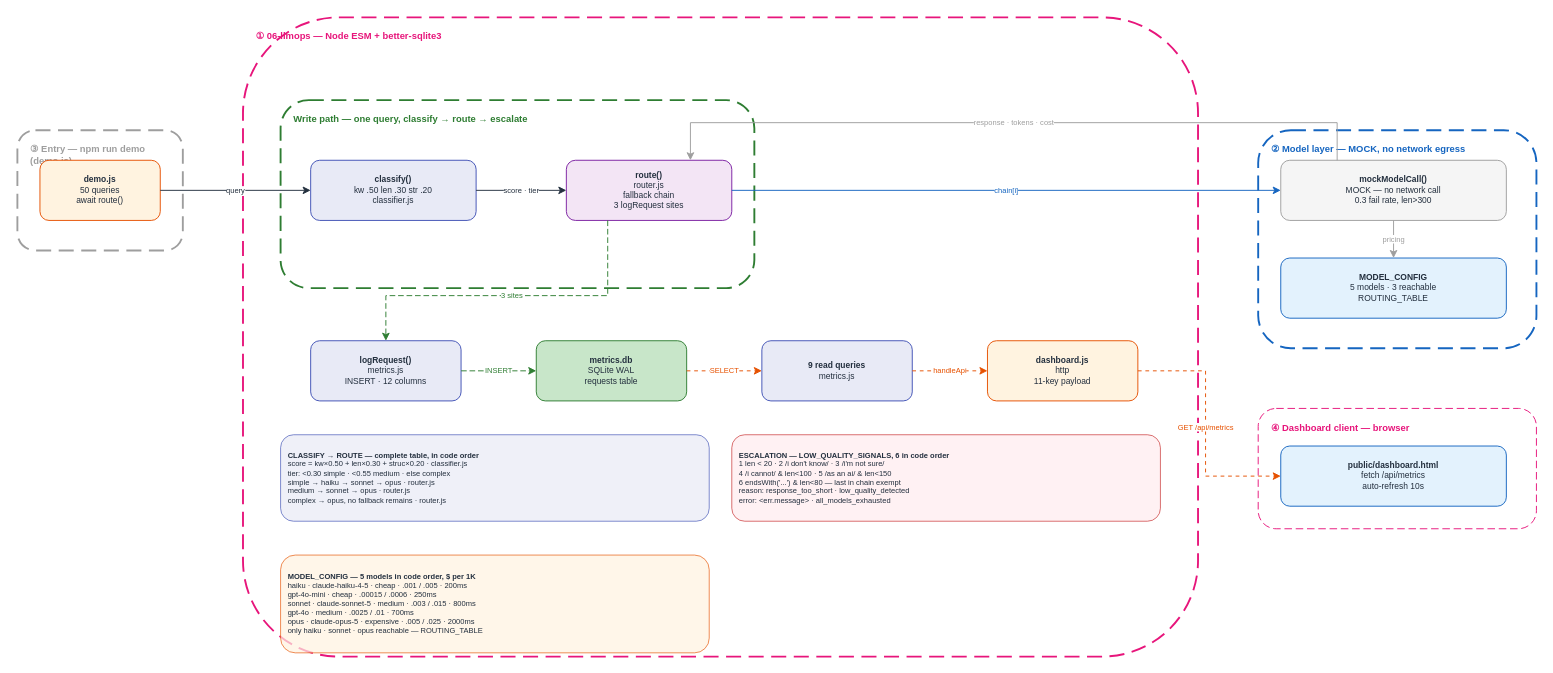
This is docs/diagrams/llmops_v1/HOA_LlmOps_v1.drawio from gmaheshraju/Hands-on-AgenticAI, a draw.io file, before an edit. Source tidied: cells renumbered, new cells numbered last; positions are measured from the earlier drawing's top-left corner, leaving out a move shared by most shapes. Both pictures are drawn from the tidied source at 94%, with x=0, y=0 at pixel (17, 17).
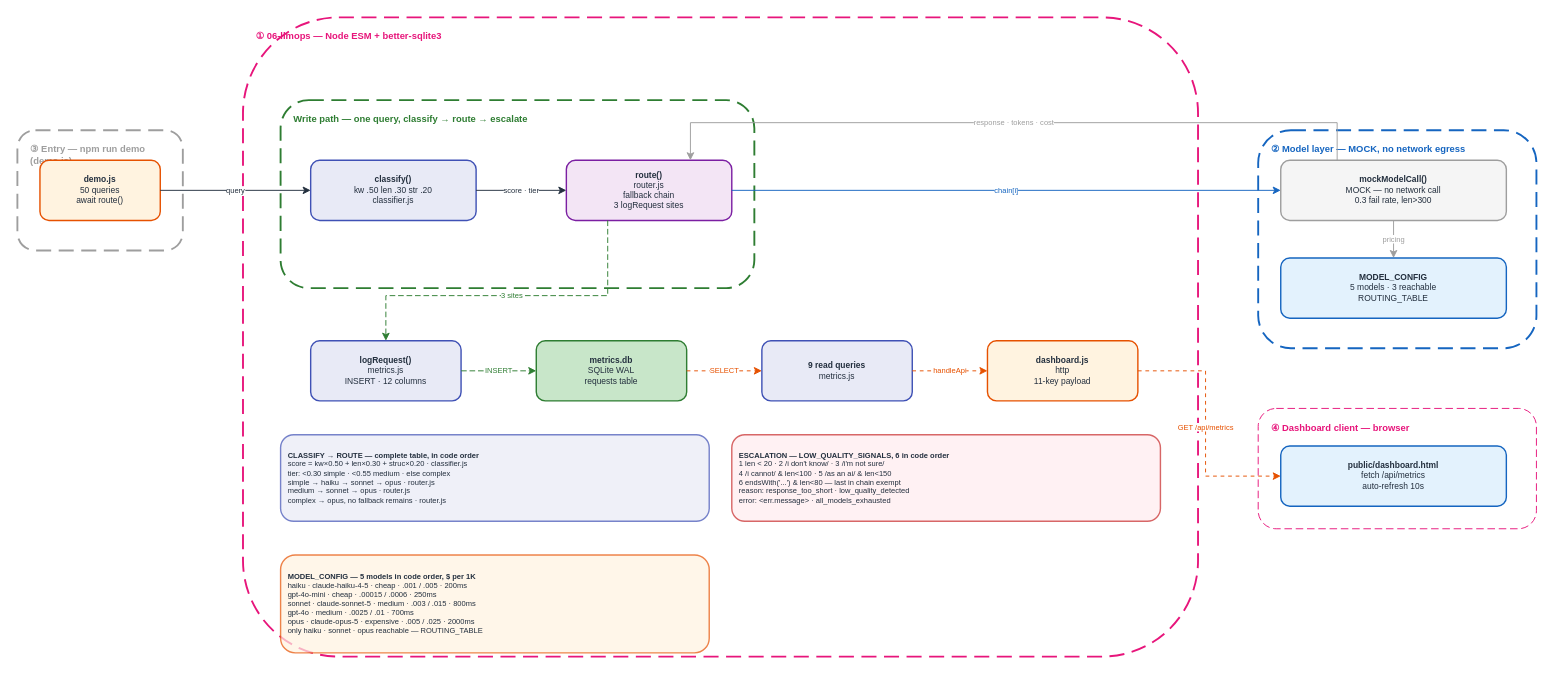
The same diagram, later.

The edit, as a diff of the source:
```diff
@@
-    <mxCell id="12" value="&lt;b&gt;demo.js&lt;/b&gt;&lt;br&gt;50 queries&lt;br&gt;await route()" style="rounded=1;fillColor=#FFF3E0;strokeColor=#E65100;fontSize=9;fontColor=#232F3E;html=1;whiteSpace=wrap;align=center;" parent="1" vertex="1">
+    <mxCell id="12" value="&lt;b&gt;demo.js&lt;/b&gt;&lt;br&gt;50 queries&lt;br&gt;await route()" style="rounded=1;fillColor=#FFF3E0;strokeColor=#E65100;strokeWidth=1.5;fontSize=9;fontColor=#232F3E;html=1;whiteSpace=wrap;align=center;" parent="1" vertex="1">
       <mxGeometry x="24" y="152" width="128" height="64" as="geometry" />
     </mxCell>
-    <mxCell id="13" value="&lt;b&gt;classify()&lt;/b&gt;&lt;br&gt;kw .50 len .30 str .20&lt;br&gt;classifier.js" style="rounded=1;fillColor=#E8EAF6;strokeColor=#3F51B5;fontSize=9;fontColor=#232F3E;html=1;whiteSpace=wrap;align=center;" parent="1" vertex="1">
+    <mxCell id="13" value="&lt;b&gt;classify()&lt;/b&gt;&lt;br&gt;kw .50 len .30 str .20&lt;br&gt;classifier.js" style="rounded=1;fillColor=#E8EAF6;strokeColor=#3F51B5;strokeWidth=1.5;fontSize=9;fontColor=#232F3E;html=1;whiteSpace=wrap;align=center;" parent="1" vertex="1">
       <mxGeometry x="312" y="152" width="176" height="64" as="geometry" />
     </mxCell>
-    <mxCell id="14" value="&lt;b&gt;route()&lt;/b&gt;&lt;br&gt;router.js&lt;br&gt;fallback chain&lt;br&gt;3 logRequest sites" style="rounded=1;fillColor=#F3E5F5;strokeColor=#7B1FA2;fontSize=9;fontColor=#232F3E;html=1;whiteSpace=wrap;align=center;" parent="1" vertex="1">
+    <mxCell id="14" value="&lt;b&gt;route()&lt;/b&gt;&lt;br&gt;router.js&lt;br&gt;fallback chain&lt;br&gt;3 logRequest sites" style="rounded=1;fillColor=#F3E5F5;strokeColor=#7B1FA2;strokeWidth=1.5;fontSize=9;fontColor=#232F3E;html=1;whiteSpace=wrap;align=center;" parent="1" vertex="1">
       <mxGeometry x="584" y="152" width="176" height="64" as="geometry" />
     </mxCell>
-    <mxCell id="15" value="&lt;b&gt;mockModelCall()&lt;/b&gt;&lt;br&gt;MOCK — no network call&lt;br&gt;0.3 fail rate, len&amp;gt;300" style="rounded=1;fillColor=#F5F5F5;strokeColor=#9E9E9E;fontSize=9;fontColor=#232F3E;html=1;whiteSpace=wrap;align=center;" parent="1" vertex="1">
+    <mxCell id="15" value="&lt;b&gt;mockModelCall()&lt;/b&gt;&lt;br&gt;MOCK — no network call&lt;br&gt;0.3 fail rate, len&amp;gt;300" style="rounded=1;fillColor=#F5F5F5;strokeColor=#9E9E9E;strokeWidth=1.5;fontSize=9;fontColor=#232F3E;html=1;whiteSpace=wrap;align=center;" parent="1" vertex="1">
       <mxGeometry x="1344" y="152" width="240" height="64" as="geometry" />
     </mxCell>
-    <mxCell id="16" value="&lt;b&gt;MODEL_CONFIG&lt;/b&gt;&lt;br&gt;5 models · 3 reachable&lt;br&gt;ROUTING_TABLE" style="rounded=1;fillColor=#E3F2FD;strokeColor=#1565C0;fontSize=9;fontColor=#232F3E;html=1;whiteSpace=wrap;align=center;" parent="1" vertex="1">
+    <mxCell id="16" value="&lt;b&gt;MODEL_CONFIG&lt;/b&gt;&lt;br&gt;5 models · 3 reachable&lt;br&gt;ROUTING_TABLE" style="rounded=1;fillColor=#E3F2FD;strokeColor=#1565C0;strokeWidth=1.5;fontSize=9;fontColor=#232F3E;html=1;whiteSpace=wrap;align=center;" parent="1" vertex="1">
       <mxGeometry x="1344" y="256" width="240" height="64" as="geometry" />
     </mxCell>
-    <mxCell id="17" value="&lt;b&gt;logRequest()&lt;/b&gt;&lt;br&gt;metrics.js&lt;br&gt;INSERT · 12 columns" style="rounded=1;fillColor=#E8EAF6;strokeColor=#3F51B5;fontSize=9;fontColor=#232F3E;html=1;whiteSpace=wrap;align=center;" parent="1" vertex="1">
+    <mxCell id="17" value="&lt;b&gt;logRequest()&lt;/b&gt;&lt;br&gt;metrics.js&lt;br&gt;INSERT · 12 columns" style="rounded=1;fillColor=#E8EAF6;strokeColor=#3F51B5;strokeWidth=1.5;fontSize=9;fontColor=#232F3E;html=1;whiteSpace=wrap;align=center;" parent="1" vertex="1">
       <mxGeometry x="312" y="344" width="160" height="64" as="geometry" />
     </mxCell>
-    <mxCell id="18" value="&lt;b&gt;metrics.db&lt;/b&gt;&lt;br&gt;SQLite WAL&lt;br&gt;requests table" style="rounded=1;fillColor=#C8E6C9;strokeColor=#2E7D32;fontSize=9;fontColor=#232F3E;html=1;whiteSpace=wrap;align=center;" parent="1" vertex="1">
+    <mxCell id="18" value="&lt;b&gt;metrics.db&lt;/b&gt;&lt;br&gt;SQLite WAL&lt;br&gt;requests table" style="rounded=1;fillColor=#C8E6C9;strokeColor=#2E7D32;strokeWidth=1.5;fontSize=9;fontColor=#232F3E;html=1;whiteSpace=wrap;align=center;" parent="1" vertex="1">
       <mxGeometry x="552" y="344" width="160" height="64" as="geometry" />
     </mxCell>
-    <mxCell id="19" value="&lt;b&gt;9 read queries&lt;/b&gt;&lt;br&gt;metrics.js" style="rounded=1;fillColor=#E8EAF6;strokeColor=#3F51B5;fontSize=9;fontColor=#232F3E;html=1;whiteSpace=wrap;align=center;" parent="1" vertex="1">
+    <mxCell id="19" value="&lt;b&gt;9 read queries&lt;/b&gt;&lt;br&gt;metrics.js" style="rounded=1;fillColor=#E8EAF6;strokeColor=#3F51B5;strokeWidth=1.5;fontSize=9;fontColor=#232F3E;html=1;whiteSpace=wrap;align=center;" parent="1" vertex="1">
       <mxGeometry x="792" y="344" width="160" height="64" as="geometry" />
     </mxCell>
-    <mxCell id="20" value="&lt;b&gt;dashboard.js&lt;/b&gt;&lt;br&gt;http&lt;br&gt;11-key payload" style="rounded=1;fillColor=#FFF3E0;strokeColor=#E65100;fontSize=9;fontColor=#232F3E;html=1;whiteSpace=wrap;align=center;" parent="1" vertex="1">
+    <mxCell id="20" value="&lt;b&gt;dashboard.js&lt;/b&gt;&lt;br&gt;http&lt;br&gt;11-key payload" style="rounded=1;fillColor=#FFF3E0;strokeColor=#E65100;strokeWidth=1.5;fontSize=9;fontColor=#232F3E;html=1;whiteSpace=wrap;align=center;" parent="1" vertex="1">
       <mxGeometry x="1032" y="344" width="160" height="64" as="geometry" />
     </mxCell>
-    <mxCell id="21" value="&lt;b&gt;public/dashboard.html&lt;/b&gt;&lt;br&gt;fetch /api/metrics&lt;br&gt;auto-refresh 10s" style="rounded=1;fillColor=#E3F2FD;strokeColor=#1565C0;fontSize=9;fontColor=#232F3E;html=1;whiteSpace=wrap;align=center;" parent="1" vertex="1">
+    <mxCell id="21" value="&lt;b&gt;public/dashboard.html&lt;/b&gt;&lt;br&gt;fetch /api/metrics&lt;br&gt;auto-refresh 10s" style="rounded=1;fillColor=#E3F2FD;strokeColor=#1565C0;strokeWidth=1.5;fontSize=9;fontColor=#232F3E;html=1;whiteSpace=wrap;align=center;" parent="1" vertex="1">
       <mxGeometry x="1344" y="456" width="240" height="64" as="geometry" />
     </mxCell>
-    <mxCell id="22" value="&lt;b&gt;CLASSIFY → ROUTE — complete table, in code order&lt;/b&gt;&lt;br&gt;score = kw×0.50 + len×0.30 + struc×0.20 · classifier.js&lt;br&gt;tier: &amp;lt;0.30 simple · &amp;lt;0.55 medium · else complex&lt;br&gt;simple → haiku → sonnet → opus · router.js&lt;br&gt;medium → sonnet → opus · router.js&lt;br&gt;complex → opus, no fallback remains · router.js" style="rounded=1;fillColor=#E8EAF6;strokeColor=#3F51B5;fontSize=8;fontColor=#232F3E;html=1;whiteSpace=wrap;align=left;spacingLeft=6;opacity=70;" parent="1" vertex="1">
+    <mxCell id="22" value="&lt;b&gt;CLASSIFY → ROUTE — complete table, in code order&lt;/b&gt;&lt;br&gt;score = kw×0.50 + len×0.30 + struc×0.20 · classifier.js&lt;br&gt;tier: &amp;lt;0.30 simple · &amp;lt;0.55 medium · else complex&lt;br&gt;simple → haiku → sonnet → opus · router.js&lt;br&gt;medium → sonnet → opus · router.js&lt;br&gt;complex → opus, no fallback remains · router.js" style="rounded=1;fillColor=#E8EAF6;strokeColor=#3F51B5;strokeWidth=1.5;fontSize=8;fontColor=#232F3E;html=1;whiteSpace=wrap;align=left;spacingLeft=6;opacity=70;" parent="1" vertex="1">
       <mxGeometry x="280" y="444" width="456" height="92" as="geometry" />
     </mxCell>
-    <mxCell id="23" value="&lt;b&gt;ESCALATION — LOW_QUALITY_SIGNALS, 6 in code order&lt;/b&gt;&lt;br&gt;1 len &amp;lt; 20 · 2 /i don't know/ · 3 /i'm not sure/&lt;br&gt;4 /i cannot/ &amp;amp; len&amp;lt;100 · 5 /as an ai/ &amp;amp; len&amp;lt;150&lt;br&gt;6 endsWith('...') &amp;amp; len&amp;lt;80 — last in chain exempt&lt;br&gt;reason: response_too_short · low_quality_detected&lt;br&gt;error: &amp;lt;err.message&amp;gt; · all_models_exhausted" style="rounded=1;fillColor=#FFEBEE;strokeColor=#C62828;fontSize=8;fontColor=#232F3E;html=1;whiteSpace=wrap;align=left;spacingLeft=6;opacity=70;" parent="1" vertex="1">
+    <mxCell id="23" value="&lt;b&gt;ESCALATION — LOW_QUALITY_SIGNALS, 6 in code order&lt;/b&gt;&lt;br&gt;1 len &amp;lt; 20 · 2 /i don't know/ · 3 /i'm not sure/&lt;br&gt;4 /i cannot/ &amp;amp; len&amp;lt;100 · 5 /as an ai/ &amp;amp; len&amp;lt;150&lt;br&gt;6 endsWith('...') &amp;amp; len&amp;lt;80 — last in chain exempt&lt;br&gt;reason: response_too_short · low_quality_detected&lt;br&gt;error: &amp;lt;err.message&amp;gt; · all_models_exhausted" style="rounded=1;fillColor=#FFEBEE;strokeColor=#C62828;strokeWidth=1.5;fontSize=8;fontColor=#232F3E;html=1;whiteSpace=wrap;align=left;spacingLeft=6;opacity=70;" parent="1" vertex="1">
       <mxGeometry x="760" y="444" width="456" height="92" as="geometry" />
     </mxCell>
-    <mxCell id="24" value="&lt;b&gt;MODEL_CONFIG — 5 models in code order, $ per 1K&lt;/b&gt;&lt;br&gt;haiku · claude-haiku-4-5 · cheap · .001 / .005 · 200ms&lt;br&gt;gpt-4o-mini · cheap · .00015 / .0006 · 250ms&lt;br&gt;sonnet · claude-sonnet-5 · medium · .003 / .015 · 800ms&lt;br&gt;gpt-4o · medium · .0025 / .01 · 700ms&lt;br&gt;opus · claude-opus-5 · expensive · .005 / .025 · 2000ms&lt;br&gt;only haiku · sonnet · opus reachable — ROUTING_TABLE" style="rounded=1;fillColor=#FFF3E0;strokeColor=#E65100;fontSize=8;fontColor=#232F3E;html=1;whiteSpace=wrap;align=left;spacingLeft=6;opacity=70;" parent="1" vertex="1">
+    <mxCell id="24" value="&lt;b&gt;MODEL_CONFIG — 5 models in code order, $ per 1K&lt;/b&gt;&lt;br&gt;haiku · claude-haiku-4-5 · cheap · .001 / .005 · 200ms&lt;br&gt;gpt-4o-mini · cheap · .00015 / .0006 · 250ms&lt;br&gt;sonnet · claude-sonnet-5 · medium · .003 / .015 · 800ms&lt;br&gt;gpt-4o · medium · .0025 / .01 · 700ms&lt;br&gt;opus · claude-opus-5 · expensive · .005 / .025 · 2000ms&lt;br&gt;only haiku · sonnet · opus reachable — ROUTING_TABLE" style="rounded=1;fillColor=#FFF3E0;strokeColor=#E65100;strokeWidth=1.5;fontSize=8;fontColor=#232F3E;html=1;whiteSpace=wrap;align=left;spacingLeft=6;opacity=70;" parent="1" vertex="1">
       <mxGeometry x="280" y="572" width="456" height="104" as="geometry" />
     </mxCell>
```
